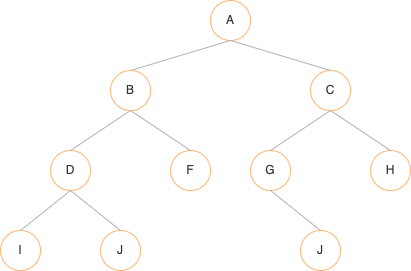
Before: public/notebooks/tree-array.png, a diagram exported from draw.io (dianeyeo/mth251). Source tidied: cells renumbered, new cells last; positions are measured from the earlier drawing's top-left corner, leaving out a move shared by most shapes. Source of this version:
```xml
<mxGraphModel>
  <root>
    <mxCell id="0" />
    <mxCell id="1" parent="0" />
    <mxCell id="2" value="A" style="strokeWidth=1;html=1;shape=mxgraph.flowchart.start_2;whiteSpace=wrap;strokeColor=#FFB570;fontColor=#333333;" parent="1" vertex="1">
      <mxGeometry x="210" width="40" height="40" as="geometry" />
    </mxCell>
    <mxCell id="3" style="endArrow=none;html=1;rounded=0;fontColor=#333333;strokeColor=#B3B3B3;entryX=0.5;entryY=0;entryDx=0;entryDy=0;entryPerimeter=0;endFill=0;exitX=0.5;exitY=1;exitDx=0;exitDy=0;exitPerimeter=0;" parent="1" edge="1" source="2" target="4">
      <mxGeometry relative="1" as="geometry" />
    </mxCell>
    <mxCell id="4" value="B" style="strokeWidth=1;html=1;shape=mxgraph.flowchart.start_2;whiteSpace=wrap;strokeColor=#FFB570;fontColor=#333333;" parent="1" vertex="1">
      <mxGeometry x="110" y="70" width="40" height="40" as="geometry" />
    </mxCell>
    <mxCell id="5" value="C" style="strokeWidth=1;html=1;shape=mxgraph.flowchart.start_2;whiteSpace=wrap;strokeColor=#FFB570;fontColor=#333333;" parent="1" vertex="1">
      <mxGeometry x="310" y="70" width="40" height="40" as="geometry" />
    </mxCell>
    <mxCell id="6" style="endArrow=none;html=1;rounded=0;fontColor=#333333;strokeColor=#B3B3B3;entryX=0.5;entryY=0;entryDx=0;entryDy=0;entryPerimeter=0;endFill=0;exitX=0.5;exitY=1;exitDx=0;exitDy=0;exitPerimeter=0;" parent="1" edge="1" source="2" target="5">
      <mxGeometry relative="1" as="geometry" />
    </mxCell>
    <mxCell id="7" value="F" style="strokeWidth=1;html=1;shape=mxgraph.flowchart.start_2;whiteSpace=wrap;strokeColor=#FFB570;fontColor=#333333;" parent="1" vertex="1">
      <mxGeometry x="170" y="150" width="40" height="40" as="geometry" />
    </mxCell>
    <mxCell id="8" value="D" style="strokeWidth=1;html=1;shape=mxgraph.flowchart.start_2;whiteSpace=wrap;strokeColor=#FFB570;fontColor=#333333;" parent="1" vertex="1">
      <mxGeometry x="50" y="150" width="40" height="40" as="geometry" />
    </mxCell>
    <mxCell id="9" value="G" style="strokeWidth=1;html=1;shape=mxgraph.flowchart.start_2;whiteSpace=wrap;strokeColor=#FFB570;fontColor=#333333;" parent="1" vertex="1">
      <mxGeometry x="250" y="150" width="40" height="40" as="geometry" />
    </mxCell>
    <mxCell id="10" value="H" style="strokeWidth=1;html=1;shape=mxgraph.flowchart.start_2;whiteSpace=wrap;strokeColor=#FFB570;fontColor=#333333;" parent="1" vertex="1">
      <mxGeometry x="370" y="150" width="40" height="40" as="geometry" />
    </mxCell>
    <mxCell id="11" style="endArrow=none;html=1;rounded=0;fontColor=#333333;strokeColor=#B3B3B3;entryX=0.5;entryY=0;entryDx=0;entryDy=0;entryPerimeter=0;endFill=0;exitX=0.5;exitY=1;exitDx=0;exitDy=0;exitPerimeter=0;" parent="1" edge="1" source="4" target="8">
      <mxGeometry relative="1" as="geometry" />
    </mxCell>
    <mxCell id="12" style="endArrow=none;html=1;rounded=0;fontColor=#333333;strokeColor=#B3B3B3;entryX=0.5;entryY=0;entryDx=0;entryDy=0;entryPerimeter=0;endFill=0;exitX=0.5;exitY=1;exitDx=0;exitDy=0;exitPerimeter=0;" parent="1" edge="1" source="4" target="7">
      <mxGeometry relative="1" as="geometry" />
    </mxCell>
    <mxCell id="13" style="endArrow=none;html=1;rounded=0;fontColor=#333333;strokeColor=#B3B3B3;entryX=0.5;entryY=0;entryDx=0;entryDy=0;entryPerimeter=0;endFill=0;exitX=0.5;exitY=1;exitDx=0;exitDy=0;exitPerimeter=0;" parent="1" edge="1" source="5" target="9">
      <mxGeometry relative="1" as="geometry" />
    </mxCell>
    <mxCell id="14" style="endArrow=none;html=1;rounded=0;fontColor=#333333;strokeColor=#B3B3B3;entryX=0.5;entryY=0;entryDx=0;entryDy=0;entryPerimeter=0;endFill=0;exitX=0.5;exitY=1;exitDx=0;exitDy=0;exitPerimeter=0;" parent="1" edge="1" source="5" target="10">
      <mxGeometry relative="1" as="geometry" />
    </mxCell>
    <mxCell id="15" value="I" style="strokeWidth=1;html=1;shape=mxgraph.flowchart.start_2;whiteSpace=wrap;strokeColor=#FFB570;fontColor=#333333;" parent="1" vertex="1">
      <mxGeometry y="230" width="40" height="40" as="geometry" />
    </mxCell>
    <mxCell id="16" value="J" style="strokeWidth=1;html=1;shape=mxgraph.flowchart.start_2;whiteSpace=wrap;strokeColor=#FFB570;fontColor=#333333;" parent="1" vertex="1">
      <mxGeometry x="100" y="230" width="40" height="40" as="geometry" />
    </mxCell>
    <mxCell id="17" value="J" style="strokeWidth=1;html=1;shape=mxgraph.flowchart.start_2;whiteSpace=wrap;strokeColor=#FFB570;fontColor=#333333;" parent="1" vertex="1">
      <mxGeometry x="300" y="230" width="40" height="40" as="geometry" />
    </mxCell>
    <mxCell id="18" style="endArrow=none;html=1;rounded=0;fontColor=#333333;strokeColor=#B3B3B3;entryX=0.5;entryY=0;entryDx=0;entryDy=0;entryPerimeter=0;endFill=0;exitX=0.5;exitY=1;exitDx=0;exitDy=0;exitPerimeter=0;" parent="1" edge="1" source="8" target="15">
      <mxGeometry relative="1" as="geometry" />
    </mxCell>
    <mxCell id="19" style="endArrow=none;html=1;rounded=0;fontColor=#333333;strokeColor=#B3B3B3;entryX=0.5;entryY=0;entryDx=0;entryDy=0;entryPerimeter=0;endFill=0;exitX=0.5;exitY=1;exitDx=0;exitDy=0;exitPerimeter=0;" parent="1" edge="1" source="8" target="16">
      <mxGeometry relative="1" as="geometry" />
    </mxCell>
    <mxCell id="20" style="endArrow=none;html=1;rounded=0;fontColor=#333333;strokeColor=#B3B3B3;entryX=0.5;entryY=0;entryDx=0;entryDy=0;entryPerimeter=0;endFill=0;exitX=0.5;exitY=1;exitDx=0;exitDy=0;exitPerimeter=0;" parent="1" edge="1" source="9" target="17">
      <mxGeometry relative="1" as="geometry" />
    </mxCell>
  </root>
</mxGraphModel>
```
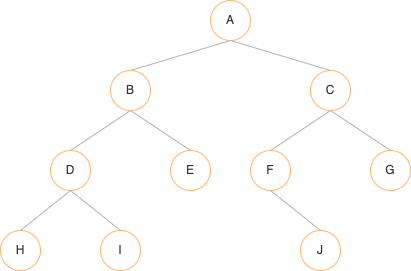
After the commit.

The edit, as a diff of the source:
```diff
@@ -17,16 +17,16 @@
     <mxCell id="6" style="endArrow=none;html=1;rounded=0;fontColor=#333333;strokeColor=#B3B3B3;entryX=0.5;entryY=0;entryDx=0;entryDy=0;entryPerimeter=0;endFill=0;exitX=0.5;exitY=1;exitDx=0;exitDy=0;exitPerimeter=0;" parent="1" edge="1" source="2" target="5">
       <mxGeometry relative="1" as="geometry" />
     </mxCell>
-    <mxCell id="7" value="F" style="strokeWidth=1;html=1;shape=mxgraph.flowchart.start_2;whiteSpace=wrap;strokeColor=#FFB570;fontColor=#333333;" parent="1" vertex="1">
+    <mxCell id="7" value="E" style="strokeWidth=1;html=1;shape=mxgraph.flowchart.start_2;whiteSpace=wrap;strokeColor=#FFB570;fontColor=#333333;" parent="1" vertex="1">
       <mxGeometry x="170" y="150" width="40" height="40" as="geometry" />
     </mxCell>
     <mxCell id="8" value="D" style="strokeWidth=1;html=1;shape=mxgraph.flowchart.start_2;whiteSpace=wrap;strokeColor=#FFB570;fontColor=#333333;" parent="1" vertex="1">
       <mxGeometry x="50" y="150" width="40" height="40" as="geometry" />
     </mxCell>
-    <mxCell id="9" value="G" style="strokeWidth=1;html=1;shape=mxgraph.flowchart.start_2;whiteSpace=wrap;strokeColor=#FFB570;fontColor=#333333;" parent="1" vertex="1">
+    <mxCell id="9" value="F" style="strokeWidth=1;html=1;shape=mxgraph.flowchart.start_2;whiteSpace=wrap;strokeColor=#FFB570;fontColor=#333333;" parent="1" vertex="1">
       <mxGeometry x="250" y="150" width="40" height="40" as="geometry" />
     </mxCell>
-    <mxCell id="10" value="H" style="strokeWidth=1;html=1;shape=mxgraph.flowchart.start_2;whiteSpace=wrap;strokeColor=#FFB570;fontColor=#333333;" parent="1" vertex="1">
+    <mxCell id="10" value="G" style="strokeWidth=1;html=1;shape=mxgraph.flowchart.start_2;whiteSpace=wrap;strokeColor=#FFB570;fontColor=#333333;" parent="1" vertex="1">
       <mxGeometry x="370" y="150" width="40" height="40" as="geometry" />
     </mxCell>
     <mxCell id="11" style="endArrow=none;html=1;rounded=0;fontColor=#333333;strokeColor=#B3B3B3;entryX=0.5;entryY=0;entryDx=0;entryDy=0;entryPerimeter=0;endFill=0;exitX=0.5;exitY=1;exitDx=0;exitDy=0;exitPerimeter=0;" parent="1" edge="1" source="4" target="8">
@@ -41,10 +41,10 @@
     <mxCell id="14" style="endArrow=none;html=1;rounded=0;fontColor=#333333;strokeColor=#B3B3B3;entryX=0.5;entryY=0;entryDx=0;entryDy=0;entryPerimeter=0;endFill=0;exitX=0.5;exitY=1;exitDx=0;exitDy=0;exitPerimeter=0;" parent="1" edge="1" source="5" target="10">
       <mxGeometry relative="1" as="geometry" />
     </mxCell>
-    <mxCell id="15" value="I" style="strokeWidth=1;html=1;shape=mxgraph.flowchart.start_2;whiteSpace=wrap;strokeColor=#FFB570;fontColor=#333333;" parent="1" vertex="1">
+    <mxCell id="15" value="H" style="strokeWidth=1;html=1;shape=mxgraph.flowchart.start_2;whiteSpace=wrap;strokeColor=#FFB570;fontColor=#333333;" parent="1" vertex="1">
       <mxGeometry y="230" width="40" height="40" as="geometry" />
     </mxCell>
-    <mxCell id="16" value="J" style="strokeWidth=1;html=1;shape=mxgraph.flowchart.start_2;whiteSpace=wrap;strokeColor=#FFB570;fontColor=#333333;" parent="1" vertex="1">
+    <mxCell id="16" value="I" style="strokeWidth=1;html=1;shape=mxgraph.flowchart.start_2;whiteSpace=wrap;strokeColor=#FFB570;fontColor=#333333;" parent="1" vertex="1">
       <mxGeometry x="100" y="230" width="40" height="40" as="geometry" />
     </mxCell>
     <mxCell id="17" value="J" style="strokeWidth=1;html=1;shape=mxgraph.flowchart.start_2;whiteSpace=wrap;strokeColor=#FFB570;fontColor=#333333;" parent="1" vertex="1">
```
